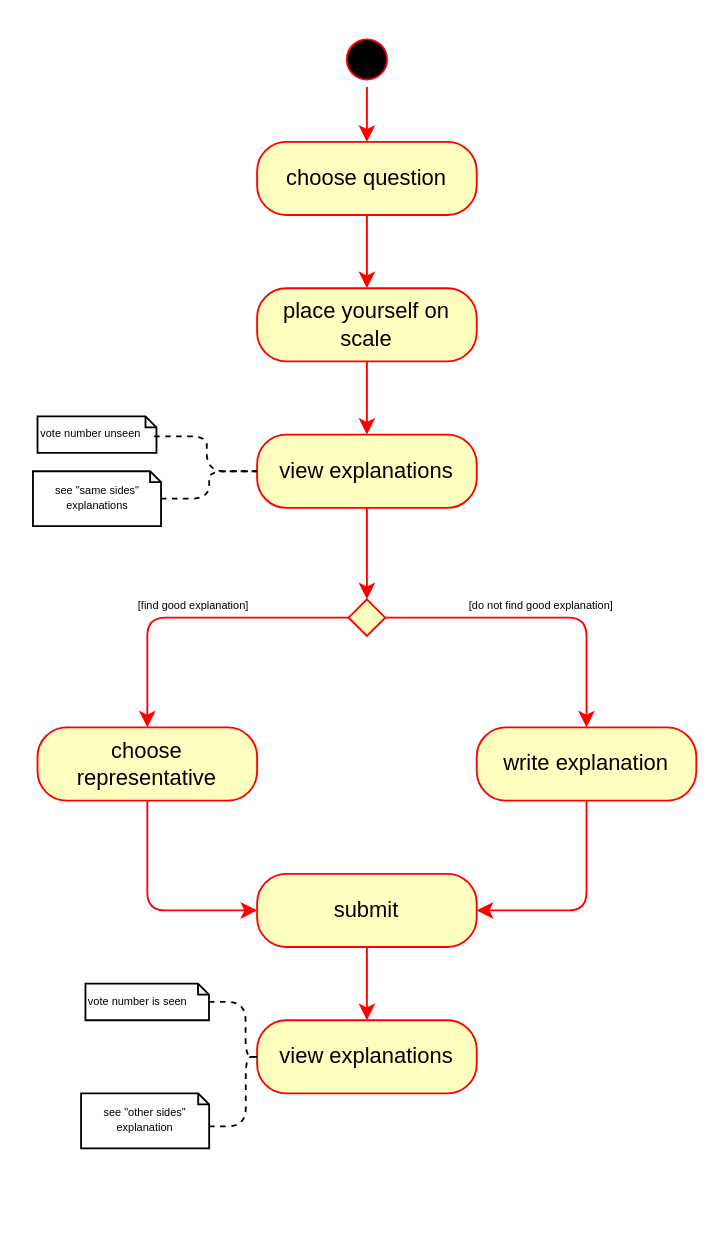
This is page "Choose or Create" (4 of 7) of diagrams/userflow.drawio from GabrielKP/vice-versa, a draw.io file, before an edit. Source tidied: cells renumbered, new cells numbered last; positions are measured from the earlier drawing's top-left corner, leaving out a move shared by most shapes. Both pictures are drawn from the tidied source at 183%, with x=0, y=0 at pixel (33, 31).
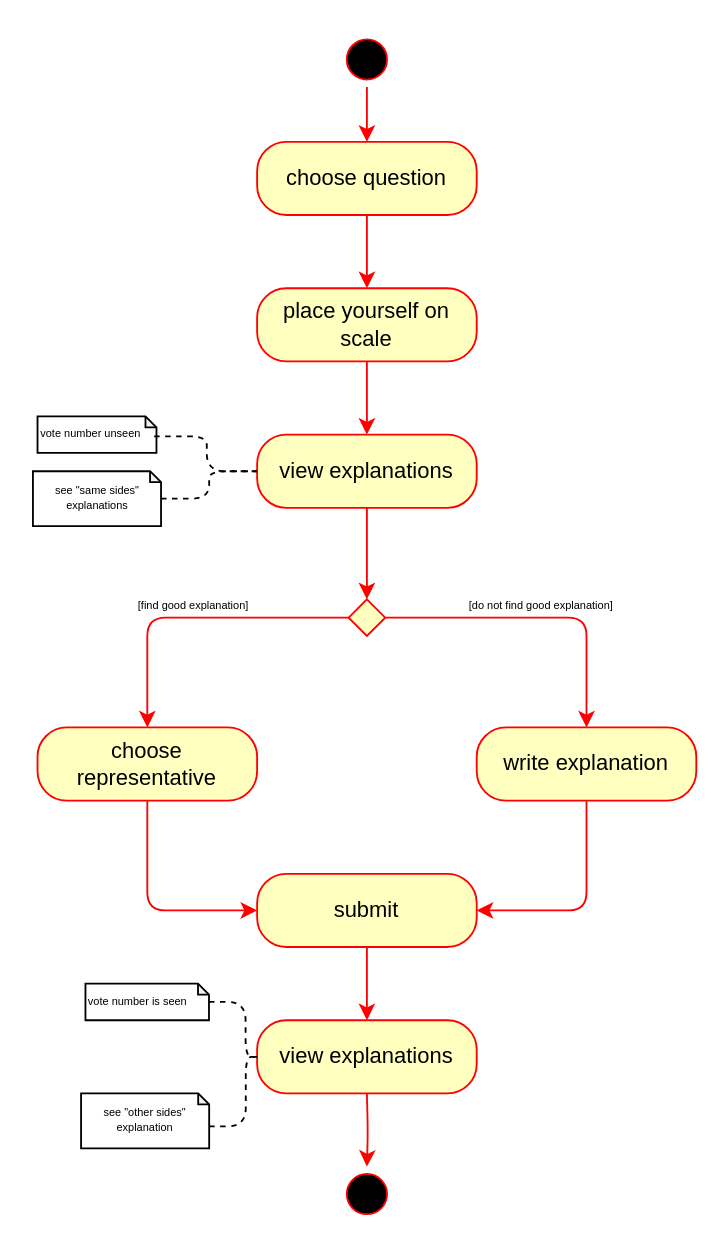
The same diagram, later.

What changed in the source:
```diff
@@
+    <mxCell id="28" style="ellipse;html=1;shape=startState;fillColor=#000000;strokeColor=#ff0000;fontSize=14;align=left;" parent="1" vertex="1">
+      <mxGeometry x="167" y="620" width="30" height="30" as="geometry" />
+    </mxCell>
+    <mxCell id="29" style="edgeStyle=orthogonalEdgeStyle;rounded=1;jettySize=auto;html=1;strokeColor=#FF0000;fontSize=14;align=center;entryX=0.5;entryY=0;entryDx=0;entryDy=0;" parent="1" edge="1" target="28">
+      <mxGeometry relative="1" as="geometry">
+        <mxPoint x="182" y="580" as="sourcePoint" />
+      </mxGeometry>
+    </mxCell>
```
